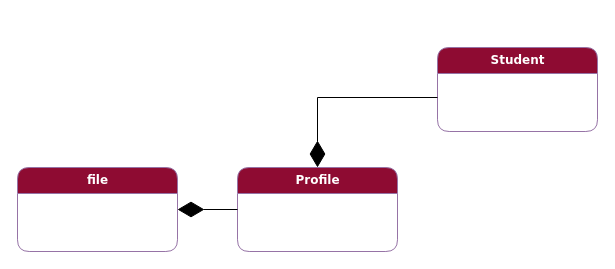
Above: docs/Contributions/Vaggelis/Phase 4/Domain-model-v0.3.drawio in Ibournakas/PaPapp (draw.io), before the change. Source tidied: cells renumbered, new cells numbered last; positions are measured from the earlier drawing's top-left corner, leaving out a move shared by most shapes. Both pictures are drawn from the tidied source at 100%, with x=0, y=0 at pixel (17, 47).
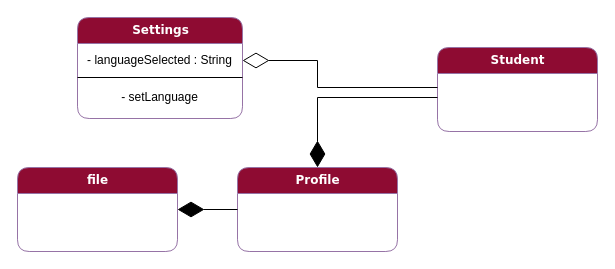
The same page after the edit.

Diff of the diagram source:
```diff
@@
 <mxGraphModel>
   <root>
     <mxCell id="0" />
     <mxCell id="1" parent="0" />
     <mxCell id="2" value="&lt;font color=&quot;#ffffff&quot;&gt;&lt;b&gt;Student&lt;/b&gt;&lt;/font&gt;" style="swimlane;html=1;fontStyle=0;horizontal=1;startSize=26;fillColor=#8e0b32;swimlaneFillColor=#ffffff;align=center;rounded=1;shadow=0;comic=0;labelBackgroundColor=none;strokeWidth=1;fontFamily=Verdana;fontSize=12;strokeColor=#9673a6;" parent="1" vertex="1">
       <mxGeometry x="420" width="160" height="84" as="geometry" />
     </mxCell>
     <mxCell id="3" style="endArrow=diamondThin;endFill=1;endSize=24;html=1;rounded=0;" parent="2" edge="1" target="4">
       <mxGeometry relative="1" as="geometry">
         <mxPoint y="50" as="sourcePoint" />
         <Array as="points">
           <mxPoint x="-120" y="50" />
         </Array>
       </mxGeometry>
     </mxCell>
     <mxCell id="4" value="&lt;font color=&quot;#ffffff&quot;&gt;&lt;b&gt;Profile&lt;/b&gt;&lt;/font&gt;" style="swimlane;html=1;fontStyle=0;horizontal=1;startSize=26;fillColor=#8e0b32;swimlaneFillColor=#ffffff;align=center;rounded=1;shadow=0;comic=0;labelBackgroundColor=none;strokeWidth=1;fontFamily=Verdana;fontSize=12;strokeColor=#9673a6;" parent="1" vertex="1">
       <mxGeometry x="220" y="120" width="160" height="84" as="geometry" />
     </mxCell>
     <mxCell id="5" value="&lt;font color=&quot;#ffffff&quot;&gt;&lt;b&gt;file&lt;/b&gt;&lt;/font&gt;" style="swimlane;html=1;fontStyle=0;horizontal=1;startSize=26;fillColor=#8e0b32;swimlaneFillColor=#ffffff;align=center;rounded=1;shadow=0;comic=0;labelBackgroundColor=none;strokeWidth=1;fontFamily=Verdana;fontSize=12;strokeColor=#9673a6;" parent="1" vertex="1">
       <mxGeometry y="120" width="160" height="84" as="geometry" />
     </mxCell>
     <mxCell id="6" style="endArrow=diamondThin;endFill=1;endSize=24;html=1;rounded=0;entryX=1;entryY=0.5;entryDx=0;entryDy=0;exitX=0;exitY=0.5;exitDx=0;exitDy=0;" parent="1" edge="1" source="4" target="5">
       <mxGeometry relative="1" as="geometry" />
     </mxCell>
+    <mxCell id="7" value="&lt;font color=&quot;#ffffff&quot;&gt;&lt;b&gt;Settings&lt;/b&gt;&lt;/font&gt;" style="swimlane;html=1;fontStyle=0;horizontal=1;startSize=26;fillColor=#8e0b32;swimlaneFillColor=#ffffff;align=center;rounded=1;shadow=0;comic=0;labelBackgroundColor=none;strokeWidth=1;fontFamily=Verdana;fontSize=12;strokeColor=#9673a6;" parent="1" vertex="1">
+      <mxGeometry x="60" y="-30" width="165" height="101" as="geometry" />
+    </mxCell>
+    <mxCell id="8" value="- languageSelected : String" style="text;html=1;strokeColor=none;fillColor=none;align=center;verticalAlign=middle;whiteSpace=wrap;rounded=0;" parent="7" vertex="1">
+      <mxGeometry y="26" width="165" height="34" as="geometry" />
+    </mxCell>
+    <mxCell id="9" value="- setLanguage" style="text;html=1;strokeColor=none;fillColor=none;align=center;verticalAlign=middle;whiteSpace=wrap;rounded=0;" parent="7" vertex="1">
+      <mxGeometry y="60" width="165" height="40" as="geometry" />
+    </mxCell>
+    <mxCell id="10" style="endArrow=none;html=1;rounded=0;exitX=0;exitY=0;exitDx=0;exitDy=0;entryX=1;entryY=0;entryDx=0;entryDy=0;" parent="7" edge="1" source="9" target="9">
+      <mxGeometry relative="1" as="geometry" />
+    </mxCell>
+    <mxCell id="11" style="endArrow=diamondThin;endFill=0;endSize=24;html=1;rounded=0;entryX=1;entryY=0.5;entryDx=0;entryDy=0;" parent="1" edge="1" target="8">
+      <mxGeometry relative="1" as="geometry">
+        <mxPoint x="420" y="40" as="sourcePoint" />
+        <Array as="points">
+          <mxPoint x="300" y="40" />
+          <mxPoint x="300" y="13" />
+        </Array>
+      </mxGeometry>
+    </mxCell>
   </root>
 </mxGraphModel>
```
